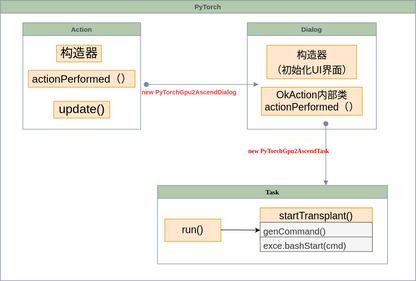
Before: Untitled Diagram.svg, a diagram exported from draw.io (Emily97101/ZRR). Source tidied: cells renumbered, new cells last; positions are measured from the earlier drawing's top-left corner, leaving out a move shared by most shapes.
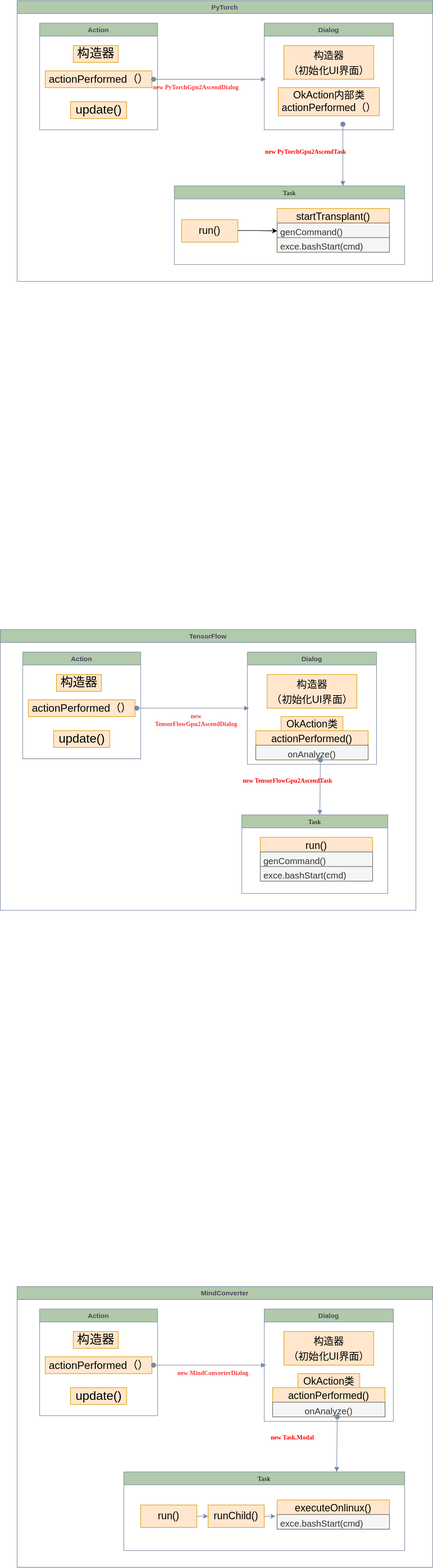
After the change.

The edit, as a diff of the source:
```diff
@@ -17,8 +17,8 @@
     <mxCell id="6" value="update()" style="text;html=1;align=center;verticalAlign=middle;strokeColor=#d79b00;fontSize=22;fillColor=#ffe6cc;" parent="3" vertex="1">
       <mxGeometry x="55" y="140" width="100" height="30" as="geometry" />
     </mxCell>
-    <mxCell id="7" value="&lt;font style=&quot;font-size: 11px&quot; color=&quot;#ff3333&quot;&gt;&lt;b&gt;new PyTorchGpu2AscendDialog&lt;/b&gt;&lt;/font&gt;" style="text;whiteSpace=wrap;html=1;fontSize=12;" parent="2" vertex="1">
-      <mxGeometry x="250" y="150" width="200" height="30" as="geometry" />
+    <mxCell id="7" value="&lt;font style=&quot;font-size: 11px&quot; color=&quot;#ff3333&quot; face=&quot;Verdana&quot;&gt;&lt;b&gt;new PyTorchGpu2AscendDialog&lt;/b&gt;&lt;/font&gt;" style="text;whiteSpace=wrap;html=1;fontSize=12;" parent="2" vertex="1">
+      <mxGeometry x="240" y="140" width="250" height="30" as="geometry" />
     </mxCell>
     <mxCell id="8" value="Dialog" style="swimlane;rounded=0;sketch=0;fontSize=12;fontColor=#46495D;strokeColor=#788AA3;fillColor=#B2C9AB;startSize=23;" parent="2" vertex="1">
       <mxGeometry x="440" y="40" width="230" height="190" as="geometry" />
@@ -50,10 +50,10 @@
         <mxPoint x="463" y="410" as="targetPoint" />
       </mxGeometry>
     </mxCell>
-    <mxCell id="17" style="html=1;verticalAlign=bottom;startArrow=oval;startFill=1;endArrow=block;startSize=8;fontSize=12;fontColor=#46495D;strokeColor=#788AA3;fillColor=#B2C9AB;" parent="1" edge="1">
+    <mxCell id="17" style="html=1;verticalAlign=bottom;startArrow=oval;startFill=1;endArrow=block;startSize=8;fontSize=12;fontColor=#46495D;strokeColor=#788AA3;fillColor=#B2C9AB;" parent="2" edge="1">
       <mxGeometry relative="1" as="geometry">
-        <mxPoint x="260" y="150" as="sourcePoint" />
-        <mxPoint x="460" y="150" as="targetPoint" />
+        <mxPoint x="243" y="140" as="sourcePoint" />
+        <mxPoint x="443" y="140" as="targetPoint" />
       </mxGeometry>
     </mxCell>
     <mxCell id="18" style="html=1;verticalAlign=bottom;startArrow=oval;startFill=1;endArrow=block;startSize=8;fontFamily=Verdana;fontSize=18;fontColor=#46495D;strokeColor=#788AA3;fillColor=#B2C9AB;" parent="1" edge="1">
@@ -62,8 +62,139 @@
         <mxPoint x="580" y="330" as="targetPoint" />
       </mxGeometry>
     </mxCell>
-    <mxCell id="19" value="Task" style="swimlane;rounded=0;sketch=0;fontFamily=Verdana;fontSize=12;strokeColor=#788AA3;fillColor=#B2C9AB;" parent="1" vertex="1">
+    <mxCell id="19" value="Task" style="swimlane;rounded=0;sketch=0;fontFamily=Verdana;fontSize=12;strokeColor=#788AA3;fillColor=#B2C9AB;fontStyle=0;" parent="1" vertex="1">
       <mxGeometry x="280" y="330" width="410" height="140" as="geometry" />
     </mxCell>
+    <mxCell id="20" value="TensorFlow" style="swimlane;startSize=23;fillColor=#B2C9AB;strokeColor=#788AA3;fontColor=#46495D;" parent="1" vertex="1">
+      <mxGeometry x="-30" y="1120" width="740" height="500" as="geometry" />
+    </mxCell>
+    <mxCell id="21" value="Action" style="swimlane;fillColor=#B2C9AB;strokeColor=#788AA3;fontColor=#46495D;" parent="20" vertex="1">
+      <mxGeometry x="40" y="40" width="210" height="190" as="geometry" />
+    </mxCell>
+    <mxCell id="22" value="构造器" style="text;html=1;align=center;verticalAlign=middle;strokeColor=#d79b00;fontSize=22;fillColor=#ffe6cc;" parent="21" vertex="1">
+      <mxGeometry x="60" y="40" width="80" height="30" as="geometry" />
+    </mxCell>
+    <mxCell id="23" value="&lt;font style=&quot;font-size: 19px&quot;&gt;actionPerformed（）&lt;/font&gt;" style="text;html=1;align=center;verticalAlign=middle;strokeColor=#d79b00;fontSize=22;fillColor=#ffe6cc;" parent="21" vertex="1">
+      <mxGeometry x="10" y="85" width="190" height="30" as="geometry" />
+    </mxCell>
+    <mxCell id="24" value="update()" style="text;html=1;align=center;verticalAlign=middle;strokeColor=#d79b00;fontSize=22;fillColor=#ffe6cc;" parent="21" vertex="1">
+      <mxGeometry x="55" y="140" width="100" height="30" as="geometry" />
+    </mxCell>
+    <mxCell id="25" value="&lt;font color=&quot;#ff3333&quot; face=&quot;Verdana&quot;&gt;&lt;span style=&quot;font-size: 11px&quot;&gt;&lt;b&gt;new &lt;br&gt;TensorFlowGpu2AscendDialog&lt;/b&gt;&lt;/span&gt;&lt;/font&gt;" style="text;whiteSpace=wrap;html=1;fontSize=12;align=center;" parent="20" vertex="1">
+      <mxGeometry x="224" y="140" width="250" height="30" as="geometry" />
+    </mxCell>
+    <mxCell id="26" value="Dialog" style="swimlane;rounded=0;sketch=0;fontSize=12;fontColor=#46495D;strokeColor=#788AA3;fillColor=#B2C9AB;startSize=23;" parent="20" vertex="1">
+      <mxGeometry x="440" y="40" width="230" height="200" as="geometry" />
+    </mxCell>
+    <mxCell id="27" value="&lt;font style=&quot;font-size: 18px&quot;&gt;构造器&lt;br&gt;（初始化UI界面）&lt;/font&gt;" style="text;html=1;align=center;verticalAlign=middle;strokeColor=#d79b00;fontSize=22;fillColor=#ffe6cc;" parent="26" vertex="1">
+      <mxGeometry x="35" y="40" width="160" height="60" as="geometry" />
+    </mxCell>
+    <mxCell id="28" value="OkAction类&lt;br&gt;&lt;br&gt;" style="text;html=1;align=center;verticalAlign=middle;strokeColor=#d79b00;fontSize=18;fillColor=#ffe6cc;" parent="26" vertex="1">
+      <mxGeometry x="60" y="115" width="110" height="50" as="geometry" />
+    </mxCell>
+    <mxCell id="29" value="actionPerformed()" style="swimlane;fontStyle=0;horizontal=1;startSize=26;rounded=0;sketch=0;fontFamily=Helvetica;fontSize=18;fillColor=#ffe6cc;strokeColor=#d79b00;" parent="26" vertex="1">
+      <mxGeometry x="15" y="140" width="200" height="52" as="geometry" />
+    </mxCell>
+    <mxCell id="30" value="onAnalyze()" style="text;strokeColor=#666666;fillColor=#f5f5f5;align=center;verticalAlign=top;spacingLeft=4;spacingRight=4;overflow=hidden;fontSize=16;fontColor=#333333;" parent="29" vertex="1">
+      <mxGeometry y="26" width="200" height="26" as="geometry" />
+    </mxCell>
+    <mxCell id="31" style="html=1;verticalAlign=bottom;startArrow=oval;startFill=1;endArrow=block;startSize=8;fontFamily=Helvetica;fontSize=12;fontColor=#000000;strokeColor=#788AA3;fillColor=#B2C9AB;" parent="26" edge="1">
+      <mxGeometry relative="1" as="geometry">
+        <mxPoint x="130" y="192" as="sourcePoint" />
+        <mxPoint x="129" y="290" as="targetPoint" />
+      </mxGeometry>
+    </mxCell>
+    <mxCell id="32" value="&lt;span style=&quot;font-size: 11px&quot;&gt;&lt;b&gt;new TensorFlowGpu2AscendTask&lt;/b&gt;&lt;/span&gt;" style="text;whiteSpace=wrap;html=1;fontSize=18;fontFamily=Verdana;fontColor=#FF0000;" parent="20" vertex="1">
+      <mxGeometry x="430" y="250" width="290" height="40" as="geometry" />
+    </mxCell>
+    <mxCell id="33" value="run()" style="swimlane;fontStyle=0;horizontal=1;startSize=26;rounded=0;sketch=0;fontFamily=Helvetica;fontSize=18;fillColor=#ffe6cc;strokeColor=#d79b00;" parent="20" vertex="1">
+      <mxGeometry x="463" y="370" width="200" height="78" as="geometry" />
+    </mxCell>
+    <mxCell id="34" value="genCommand()" style="text;strokeColor=#666666;fillColor=#f5f5f5;align=left;verticalAlign=top;spacingLeft=4;spacingRight=4;overflow=hidden;fontSize=16;fontColor=#333333;" parent="33" vertex="1">
+      <mxGeometry y="26" width="200" height="26" as="geometry" />
+    </mxCell>
+    <mxCell id="35" value="exce.bashStart(cmd)" style="text;strokeColor=#666666;fillColor=#f5f5f5;align=left;verticalAlign=top;spacingLeft=4;spacingRight=4;overflow=hidden;fontSize=16;fontColor=#333333;" parent="33" vertex="1">
+      <mxGeometry y="52" width="200" height="26" as="geometry" />
+    </mxCell>
+    <mxCell id="36" style="html=1;verticalAlign=bottom;startArrow=oval;startFill=1;endArrow=block;startSize=8;fontSize=12;fontColor=#46495D;strokeColor=#788AA3;fillColor=#B2C9AB;" parent="20" edge="1">
+      <mxGeometry relative="1" as="geometry">
+        <mxPoint x="243" y="140" as="sourcePoint" />
+        <mxPoint x="443" y="140" as="targetPoint" />
+      </mxGeometry>
+    </mxCell>
+    <mxCell id="37" value="Task" style="swimlane;rounded=0;sketch=0;fontFamily=Verdana;fontSize=12;strokeColor=#788AA3;fillColor=#B2C9AB;startSize=23;fontStyle=0;" parent="20" vertex="1">
+      <mxGeometry x="430" y="330" width="260" height="140" as="geometry" />
+    </mxCell>
+    <mxCell id="38" value="MindConverter" style="swimlane;startSize=23;fillColor=#B2C9AB;strokeColor=#788AA3;fontColor=#46495D;" parent="1" vertex="1">
+      <mxGeometry y="2290" width="740" height="500" as="geometry" />
+    </mxCell>
+    <mxCell id="39" value="Action" style="swimlane;fillColor=#B2C9AB;strokeColor=#788AA3;fontColor=#46495D;" parent="38" vertex="1">
+      <mxGeometry x="40" y="40" width="210" height="190" as="geometry" />
+    </mxCell>
+    <mxCell id="40" value="构造器" style="text;html=1;align=center;verticalAlign=middle;strokeColor=#d79b00;fontSize=22;fillColor=#ffe6cc;" parent="39" vertex="1">
+      <mxGeometry x="60" y="40" width="80" height="30" as="geometry" />
+    </mxCell>
+    <mxCell id="41" value="&lt;font style=&quot;font-size: 19px&quot;&gt;actionPerformed（）&lt;/font&gt;" style="text;html=1;align=center;verticalAlign=middle;strokeColor=#d79b00;fontSize=22;fillColor=#ffe6cc;" parent="39" vertex="1">
+      <mxGeometry x="10" y="85" width="190" height="30" as="geometry" />
+    </mxCell>
+    <mxCell id="42" value="update()" style="text;html=1;align=center;verticalAlign=middle;strokeColor=#d79b00;fontSize=22;fillColor=#ffe6cc;" parent="39" vertex="1">
+      <mxGeometry x="55" y="140" width="100" height="30" as="geometry" />
+    </mxCell>
+    <mxCell id="43" value="&lt;font color=&quot;#ff3333&quot; face=&quot;Verdana&quot;&gt;&lt;span style=&quot;font-size: 11px&quot;&gt;&lt;b&gt;new MindConverterDialog&lt;/b&gt;&lt;/span&gt;&lt;/font&gt;" style="text;whiteSpace=wrap;html=1;fontSize=12;align=center;" parent="38" vertex="1">
+      <mxGeometry x="224" y="140" width="250" height="30" as="geometry" />
+    </mxCell>
+    <mxCell id="44" value="Dialog" style="swimlane;rounded=0;sketch=0;fontSize=12;fontColor=#46495D;strokeColor=#788AA3;fillColor=#B2C9AB;startSize=23;" parent="38" vertex="1">
+      <mxGeometry x="440" y="40" width="230" height="200" as="geometry" />
+    </mxCell>
+    <mxCell id="45" value="&lt;font style=&quot;font-size: 18px&quot;&gt;构造器&lt;br&gt;（初始化UI界面）&lt;/font&gt;" style="text;html=1;align=center;verticalAlign=middle;strokeColor=#d79b00;fontSize=22;fillColor=#ffe6cc;" parent="44" vertex="1">
+      <mxGeometry x="35" y="40" width="160" height="60" as="geometry" />
+    </mxCell>
+    <mxCell id="46" value="OkAction类&lt;br&gt;&lt;br&gt;" style="text;html=1;align=center;verticalAlign=middle;strokeColor=#d79b00;fontSize=18;fillColor=#ffe6cc;" parent="44" vertex="1">
+      <mxGeometry x="60" y="115" width="110" height="50" as="geometry" />
+    </mxCell>
+    <mxCell id="47" value="actionPerformed()" style="swimlane;fontStyle=0;horizontal=1;startSize=26;rounded=0;sketch=0;fontFamily=Helvetica;fontSize=18;fillColor=#ffe6cc;strokeColor=#d79b00;" parent="44" vertex="1">
+      <mxGeometry x="15" y="140" width="200" height="52" as="geometry" />
+    </mxCell>
+    <mxCell id="48" value="onAnalyze()" style="text;strokeColor=#666666;fillColor=#f5f5f5;align=center;verticalAlign=top;spacingLeft=4;spacingRight=4;overflow=hidden;fontSize=16;fontColor=#333333;" parent="47" vertex="1">
+      <mxGeometry y="26" width="200" height="26" as="geometry" />
+    </mxCell>
+    <mxCell id="49" style="html=1;verticalAlign=bottom;startArrow=oval;startFill=1;endArrow=block;startSize=8;fontFamily=Helvetica;fontSize=12;fontColor=#000000;strokeColor=#788AA3;fillColor=#B2C9AB;" parent="44" edge="1">
+      <mxGeometry relative="1" as="geometry">
+        <mxPoint x="130" y="192" as="sourcePoint" />
+        <mxPoint x="129" y="290" as="targetPoint" />
+      </mxGeometry>
+    </mxCell>
+    <mxCell id="50" value="&lt;span style=&quot;font-size: 11px&quot;&gt;&lt;b&gt;new Task.Modal&lt;/b&gt;&lt;/span&gt;" style="text;whiteSpace=wrap;html=1;fontSize=18;fontFamily=Verdana;fontColor=#FF0000;" parent="38" vertex="1">
+      <mxGeometry x="450" y="250" width="290" height="40" as="geometry" />
+    </mxCell>
+    <mxCell id="51" value="executeOnlinux()" style="swimlane;fontStyle=0;horizontal=1;startSize=26;rounded=0;sketch=0;fontFamily=Helvetica;fontSize=18;fillColor=#ffe6cc;strokeColor=#d79b00;" parent="38" vertex="1">
+      <mxGeometry x="463" y="380" width="200" height="52" as="geometry" />
+    </mxCell>
+    <mxCell id="52" value="exce.bashStart(cmd)" style="text;strokeColor=#666666;fillColor=#f5f5f5;align=left;verticalAlign=top;spacingLeft=4;spacingRight=4;overflow=hidden;fontSize=16;fontColor=#333333;" parent="51" vertex="1">
+      <mxGeometry y="26" width="200" height="26" as="geometry" />
+    </mxCell>
+    <mxCell id="53" style="html=1;verticalAlign=bottom;startArrow=oval;startFill=1;endArrow=block;startSize=8;fontSize=12;fontColor=#46495D;strokeColor=#788AA3;fillColor=#B2C9AB;" parent="38" edge="1">
+      <mxGeometry relative="1" as="geometry">
+        <mxPoint x="243" y="140" as="sourcePoint" />
+        <mxPoint x="443" y="140" as="targetPoint" />
+      </mxGeometry>
+    </mxCell>
+    <mxCell id="54" value="Task" style="swimlane;rounded=0;sketch=0;fontFamily=Verdana;fontSize=12;strokeColor=#788AA3;fillColor=#B2C9AB;startSize=23;fontStyle=0;" parent="38" vertex="1">
+      <mxGeometry x="190" y="330" width="500" height="140" as="geometry" />
+    </mxCell>
+    <mxCell id="55" style="edgeStyle=orthogonalEdgeStyle;curved=0;rounded=1;sketch=0;jettySize=auto;html=1;exitX=1;exitY=0.5;exitDx=0;exitDy=0;entryX=0;entryY=0.5;entryDx=0;entryDy=0;fontFamily=Helvetica;fontSize=12;fontColor=#000000;strokeColor=#788AA3;fillColor=#B2C9AB;" parent="54" edge="1" source="56" target="58">
+      <mxGeometry relative="1" as="geometry" />
+    </mxCell>
+    <mxCell id="56" value="&lt;font style=&quot;font-size: 18px&quot;&gt;run()&lt;/font&gt;" style="whiteSpace=wrap;html=1;fillColor=#ffe6cc;strokeColor=#d79b00;" parent="54" vertex="1">
+      <mxGeometry x="30" y="59" width="100" height="40" as="geometry" />
+    </mxCell>
+    <mxCell id="57" style="edgeStyle=orthogonalEdgeStyle;curved=0;rounded=1;sketch=0;jettySize=auto;html=1;exitX=1;exitY=0.5;exitDx=0;exitDy=0;fontFamily=Helvetica;fontSize=12;fontColor=#000000;strokeColor=#788AA3;fillColor=#B2C9AB;" parent="54" edge="1" source="58">
+      <mxGeometry relative="1" as="geometry">
+        <mxPoint x="270" y="79" as="targetPoint" />
+      </mxGeometry>
+    </mxCell>
+    <mxCell id="58" value="&lt;font style=&quot;font-size: 18px&quot;&gt;runChild()&lt;/font&gt;" style="whiteSpace=wrap;html=1;fillColor=#ffe6cc;strokeColor=#d79b00;" parent="54" vertex="1">
+      <mxGeometry x="150" y="59" width="100" height="40" as="geometry" />
+    </mxCell>
   </root>
 </mxGraphModel>
```
